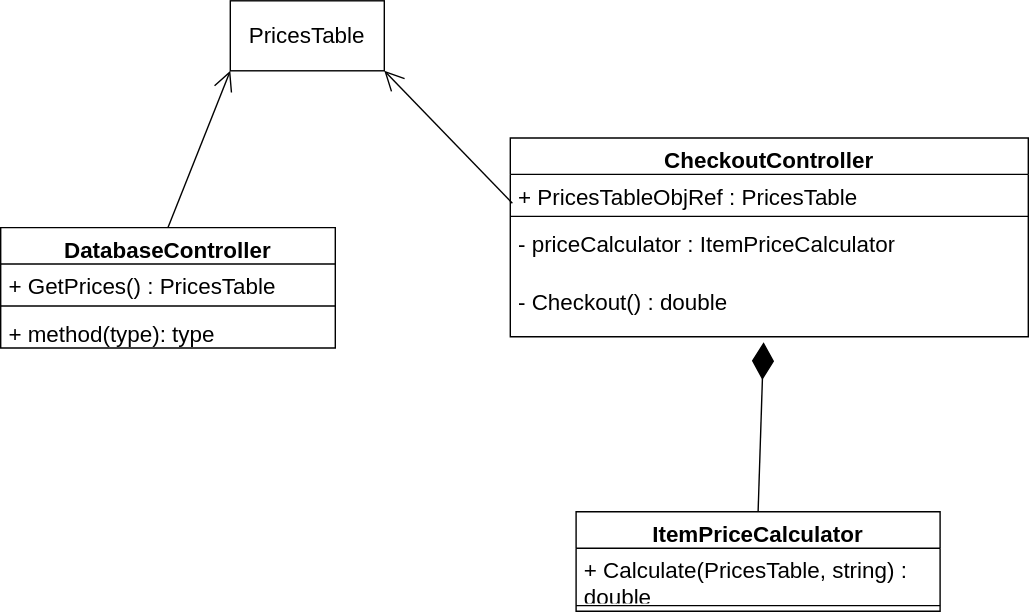
sameert89/SupermarketCheckoutLib keeps this draw.io diagram as SupermarketCheckout.svg. Above is the earlier version. Source tidied: cells renumbered, new cells last; positions are measured from the earlier drawing's top-left corner, leaving out a move shared by most shapes.
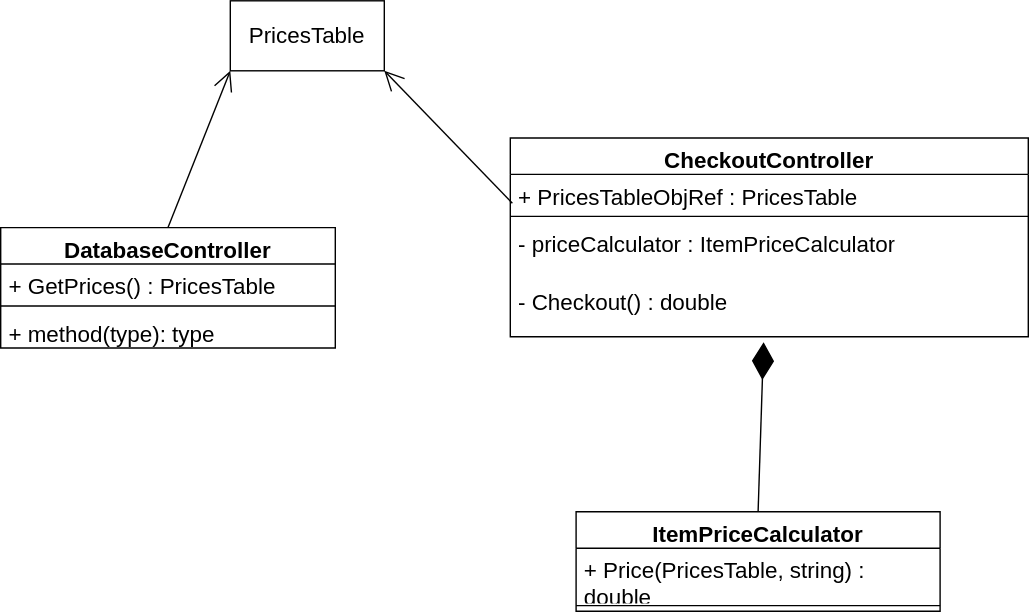
The same file after the commit.

The edit, as a diff of the source:
```diff
@@ -26,7 +26,7 @@
     <mxCell id="9" value="ItemPriceCalculator" style="swimlane;fontStyle=1;align=center;verticalAlign=top;horizontal=1;startSize=26;whiteSpace=wrap;html=1;fontSize=16;" parent="1" vertex="1">
       <mxGeometry x="411" y="365" width="260" height="71" as="geometry" />
     </mxCell>
-    <mxCell id="10" value="+ Calculate(PricesTable, string) : double" style="text;strokeColor=none;fillColor=none;align=left;verticalAlign=top;spacingLeft=4;spacingRight=4;overflow=hidden;whiteSpace=wrap;html=1;fontSize=16;" parent="9" vertex="1">
+    <mxCell id="10" value="+ Price(PricesTable, string) : double" style="text;strokeColor=none;fillColor=none;align=left;verticalAlign=top;spacingLeft=4;spacingRight=4;overflow=hidden;whiteSpace=wrap;html=1;fontSize=16;" parent="9" vertex="1">
       <mxGeometry y="26" width="260" height="37" as="geometry" />
     </mxCell>
     <mxCell id="11" style="line;strokeWidth=1;fillColor=none;align=left;verticalAlign=middle;spacingTop=-1;spacingLeft=3;spacingRight=3;labelPosition=right;strokeColor=inherit;fontSize=16;" parent="9" vertex="1">
```
